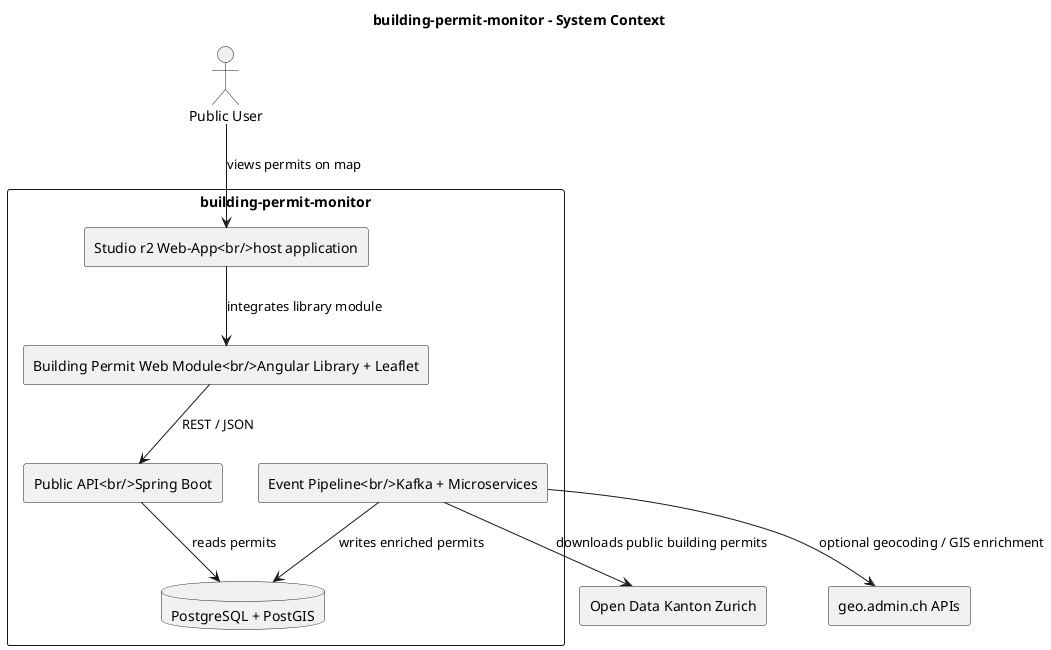
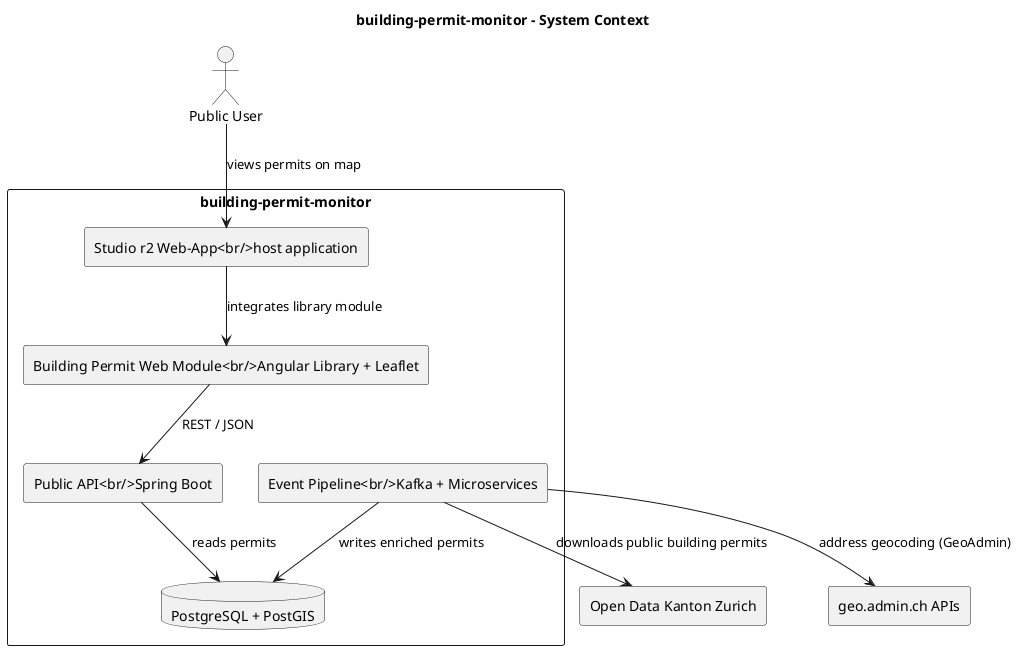
@startuml
title building-permit-monitor - System Context

skinparam componentStyle rectangle
skinparam shadowing false

actor "Public User" as user
rectangle "Open Data Kanton Zurich" as ktzh
rectangle "geo.admin.ch APIs" as geoadmin
rectangle "building-permit-monitor" as system {
  component "Studio r2 Web-App<br/>host application" as host
  component "Building Permit Web Module<br/>Angular Library + Leaflet" as web
  component "Public API<br/>Spring Boot" as api
  component "Event Pipeline<br/>Kafka + Microservices" as pipeline
  database "PostgreSQL + PostGIS" as db
}

user --> host : views permits on map
host --> web : integrates library module
web --> api : REST / JSON
api --> db : reads permits
pipeline --> db : writes enriched permits
pipeline --> ktzh : downloads public building permits
- pipeline --> geoadmin : optional geocoding / GIS enrichment
+ pipeline --> geoadmin : address geocoding (GeoAdmin)

@enduml
